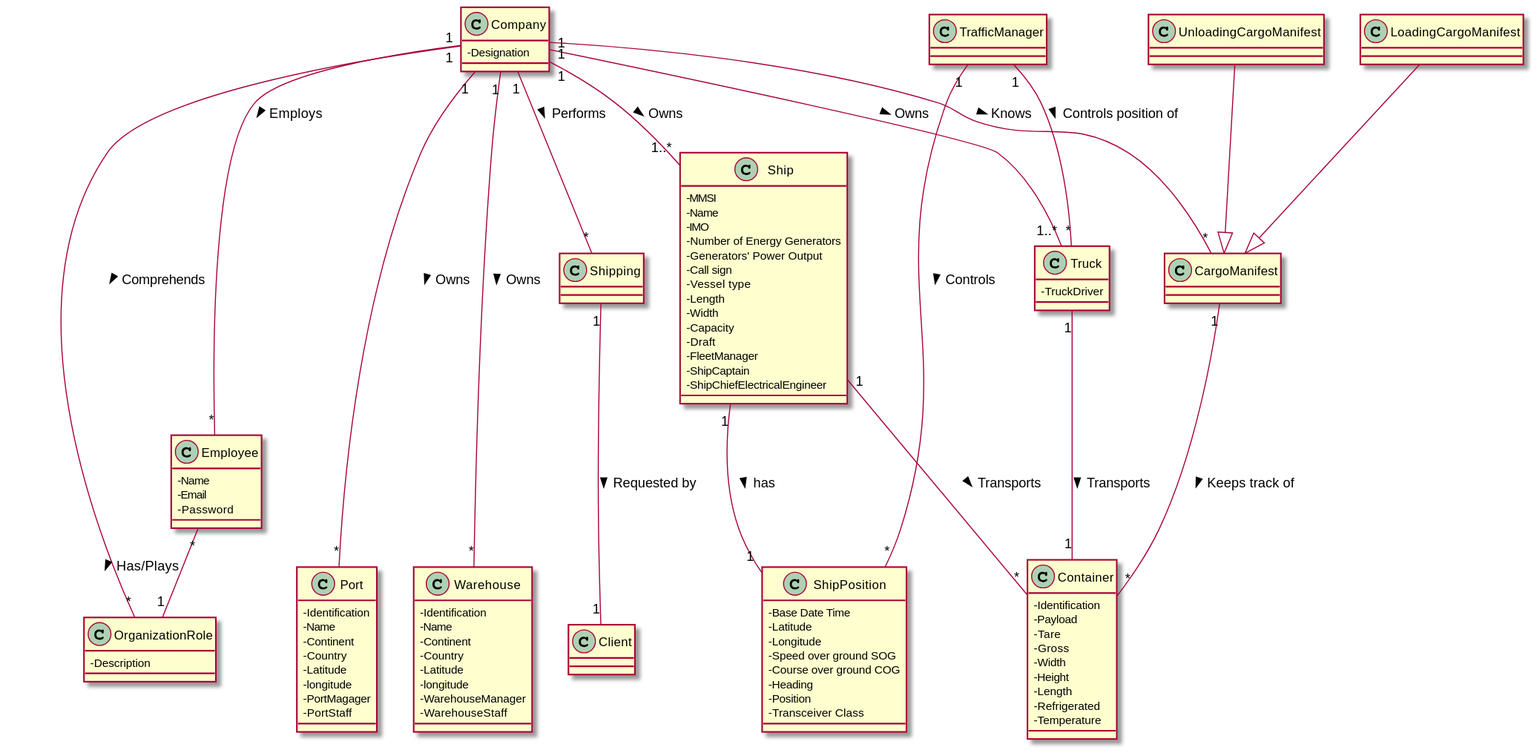
1190772/LAB-Project-3 keeps this PlantUML diagram as docs/Sprint 1/Domain Model/DM.svg. Above is the earlier version.
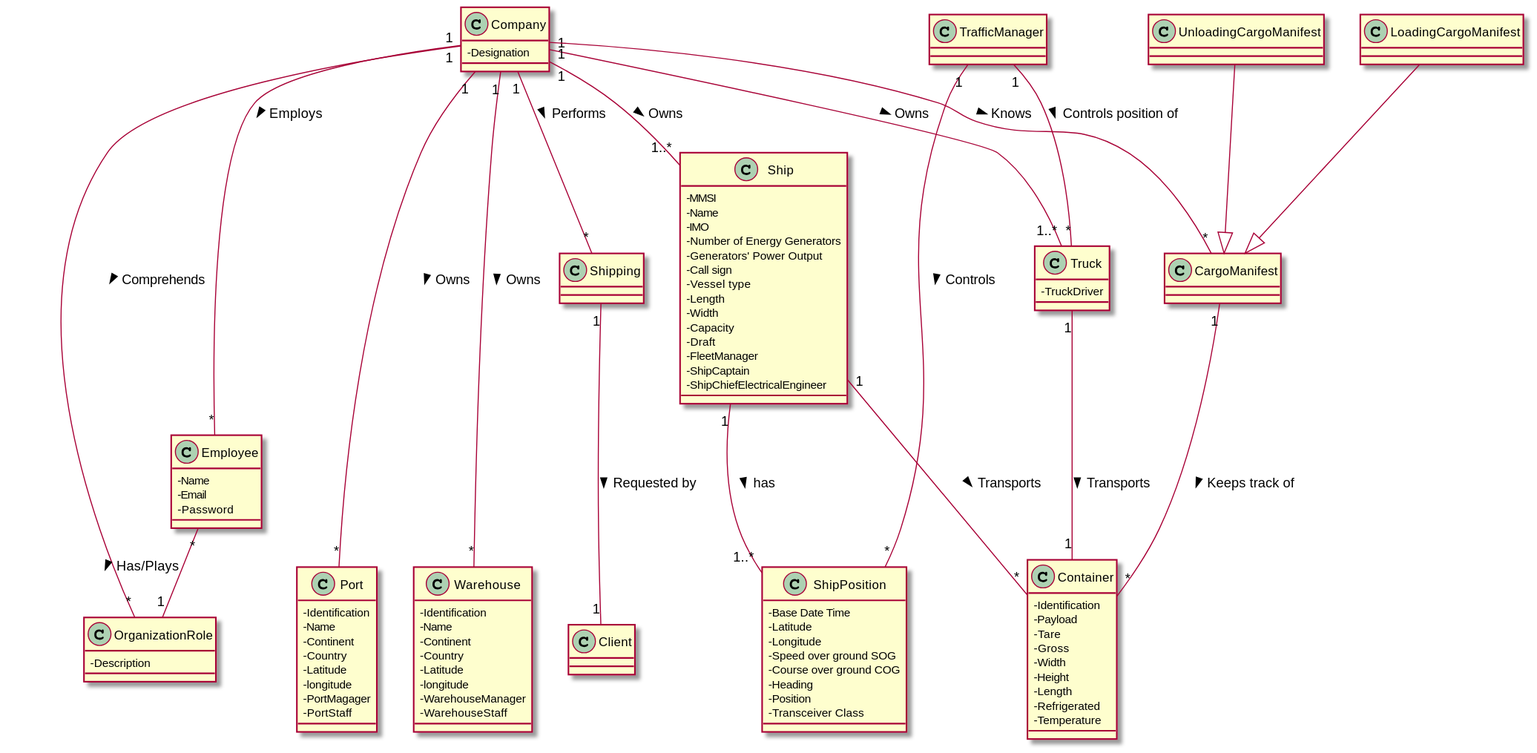
The same file after the commit.

What changed in the source:
```diff
@@ -103,7 +103,7 @@
 Employee "*" - "1" OrganizationRole : Has/Plays >
 Shipping "1" -- "1" Client : Requested by >
 Ship "1" -- "*" Container : Transports >
-Ship "1" -- "1" ShipPosition : has >
+Ship "1" -- "1..*" ShipPosition : has >
 TrafficManager "1" - "*" ShipPosition : Controls >
 TrafficManager "1" -- "*" Truck : Controls position of >
 Truck "1" -- "1" Container : Transports >
```
